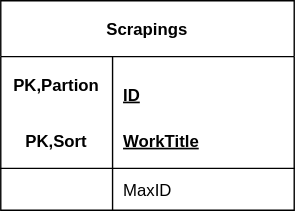
Earlier version of the draw.io export dynamodb.drawio.svg (MovingPointP/lambda_scraping_webhook). Source tidied: cells renumbered, new cells last; positions are measured from the earlier drawing's top-left corner, leaving out a move shared by most shapes. The source it was exported from:
```xml
<mxGraphModel>
  <root>
    <mxCell id="0" />
    <mxCell id="1" parent="0" />
    <mxCell id="2" value="Scrapings" style="shape=table;startSize=40;rowLines=0;fontStyle=1;align=center;" parent="1" vertex="1">
      <mxGeometry width="210" height="150" as="geometry" />
    </mxCell>
    <mxCell id="3" style="shape=tableRow;horizontal=0;startSize=0;swimlaneHead=0;swimlaneBody=0;fillColor=none;top=0;left=0;right=0;bottom=0;" parent="2" vertex="1">
      <mxGeometry y="40" width="210" height="40" as="geometry" />
    </mxCell>
    <mxCell id="4" value="PK,Partion" style="shape=partialRectangle;fillColor=none;top=0;left=0;bottom=0;right=0;fontStyle=1;overflow=hidden;" parent="3" vertex="1">
      <mxGeometry width="80" height="40" as="geometry" />
    </mxCell>
    <mxCell id="5" value="&#10;ID" style="shape=partialRectangle;fillColor=none;top=0;left=0;bottom=0;right=0;align=left;spacingLeft=6;fontStyle=5;overflow=hidden;" parent="3" vertex="1">
      <mxGeometry x="80" width="130" height="40" as="geometry" />
    </mxCell>
    <mxCell id="6" style="shape=tableRow;horizontal=0;startSize=0;swimlaneHead=0;swimlaneBody=0;fillColor=none;top=0;left=0;right=0;bottom=1;" parent="2" vertex="1">
      <mxGeometry y="80" width="210" height="40" as="geometry" />
    </mxCell>
    <mxCell id="7" value="PK,Sort" style="shape=partialRectangle;fillColor=none;top=0;left=0;bottom=0;right=0;fontStyle=1;overflow=hidden;" parent="6" vertex="1">
      <mxGeometry width="80" height="40" as="geometry" />
    </mxCell>
    <mxCell id="8" value="WorkTitle" style="shape=partialRectangle;fillColor=none;top=0;left=0;bottom=0;right=0;align=left;spacingLeft=6;fontStyle=5;overflow=hidden;" parent="6" vertex="1">
      <mxGeometry x="80" width="130" height="40" as="geometry" />
    </mxCell>
    <mxCell id="9" style="shape=tableRow;horizontal=0;startSize=0;swimlaneHead=0;swimlaneBody=0;fillColor=none;top=0;left=0;right=0;bottom=0;" parent="2" vertex="1">
      <mxGeometry y="120" width="210" height="30" as="geometry" />
    </mxCell>
    <mxCell id="10" style="shape=partialRectangle;fillColor=none;top=0;left=0;bottom=0;right=0;overflow=hidden;" parent="9" vertex="1">
      <mxGeometry width="80" height="30" as="geometry" />
    </mxCell>
    <mxCell id="11" value="MaxID" style="shape=partialRectangle;fillColor=none;top=0;left=0;bottom=0;right=0;align=left;spacingLeft=6;overflow=hidden;" parent="9" vertex="1">
      <mxGeometry x="80" width="130" height="30" as="geometry" />
    </mxCell>
  </root>
</mxGraphModel>
```
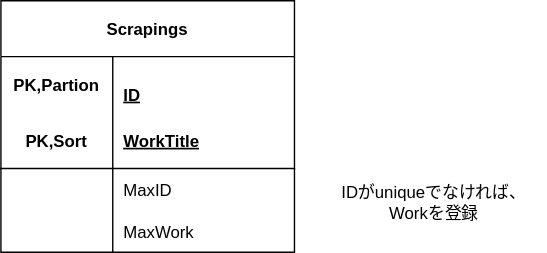
The same file after the commit.

The edit, as a diff of the source:
```diff
@@ -3,7 +3,7 @@
     <mxCell id="0" />
     <mxCell id="1" parent="0" />
     <mxCell id="2" value="Scrapings" style="shape=table;startSize=40;rowLines=0;fontStyle=1;align=center;" parent="1" vertex="1">
-      <mxGeometry width="210" height="150" as="geometry" />
+      <mxGeometry width="210" height="180" as="geometry" />
     </mxCell>
     <mxCell id="3" style="shape=tableRow;horizontal=0;startSize=0;swimlaneHead=0;swimlaneBody=0;fillColor=none;top=0;left=0;right=0;bottom=0;" parent="2" vertex="1">
       <mxGeometry y="40" width="210" height="40" as="geometry" />
@@ -32,5 +32,17 @@
     <mxCell id="11" value="MaxID" style="shape=partialRectangle;fillColor=none;top=0;left=0;bottom=0;right=0;align=left;spacingLeft=6;overflow=hidden;" parent="9" vertex="1">
       <mxGeometry x="80" width="130" height="30" as="geometry" />
     </mxCell>
+    <mxCell id="12" style="shape=tableRow;horizontal=0;startSize=0;swimlaneHead=0;swimlaneBody=0;fillColor=none;top=0;left=0;right=0;bottom=0;" parent="2" vertex="1">
+      <mxGeometry y="150" width="210" height="30" as="geometry" />
+    </mxCell>
+    <mxCell id="13" style="shape=partialRectangle;fillColor=none;top=0;left=0;bottom=0;right=0;overflow=hidden;" parent="12" vertex="1">
+      <mxGeometry width="80" height="30" as="geometry" />
+    </mxCell>
+    <mxCell id="14" value="MaxWork" style="shape=partialRectangle;fillColor=none;top=0;left=0;bottom=0;right=0;align=left;spacingLeft=6;overflow=hidden;" parent="12" vertex="1">
+      <mxGeometry x="80" width="130" height="30" as="geometry" />
+    </mxCell>
+    <mxCell id="15" value="IDがuniqueでなければ、Workを登録" style="text;html=1;strokeColor=none;fillColor=none;align=center;verticalAlign=middle;whiteSpace=wrap;rounded=0;" parent="1" vertex="1">
+      <mxGeometry x="230" y="130" width="160" height="30" as="geometry" />
+    </mxCell>
   </root>
 </mxGraphModel>
```
